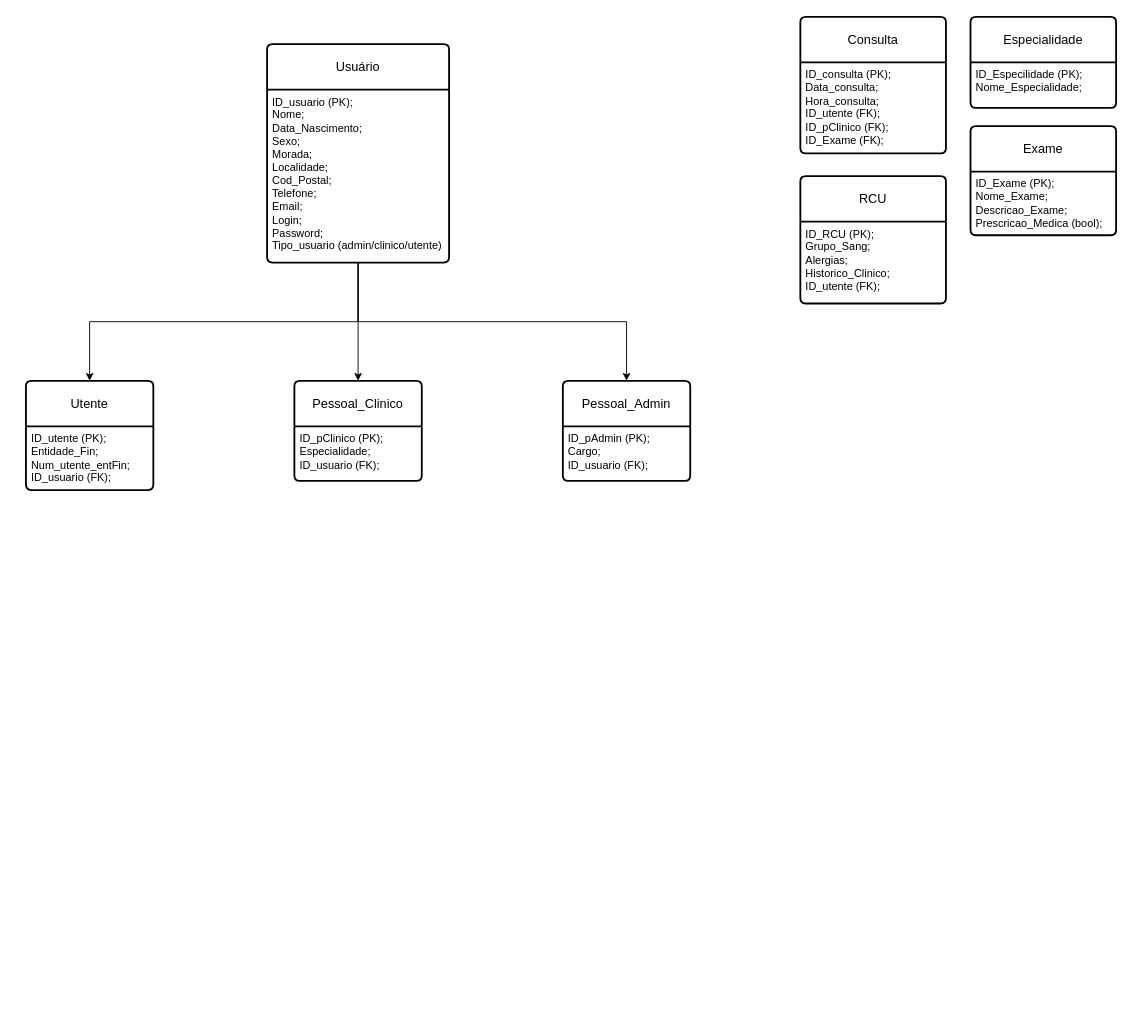
The draw.io diagram Diagramas/DER_SIS.drawio in Moises-Jorge/SIS_sistema_informacao_saude, before the edit. Source tidied: cells renumbered, new cells numbered last; positions are measured from the earlier drawing's top-left corner, leaving out a move shared by most shapes. Both pictures are drawn from the tidied source at 91%, with x=0, y=0 at pixel (25, 16).
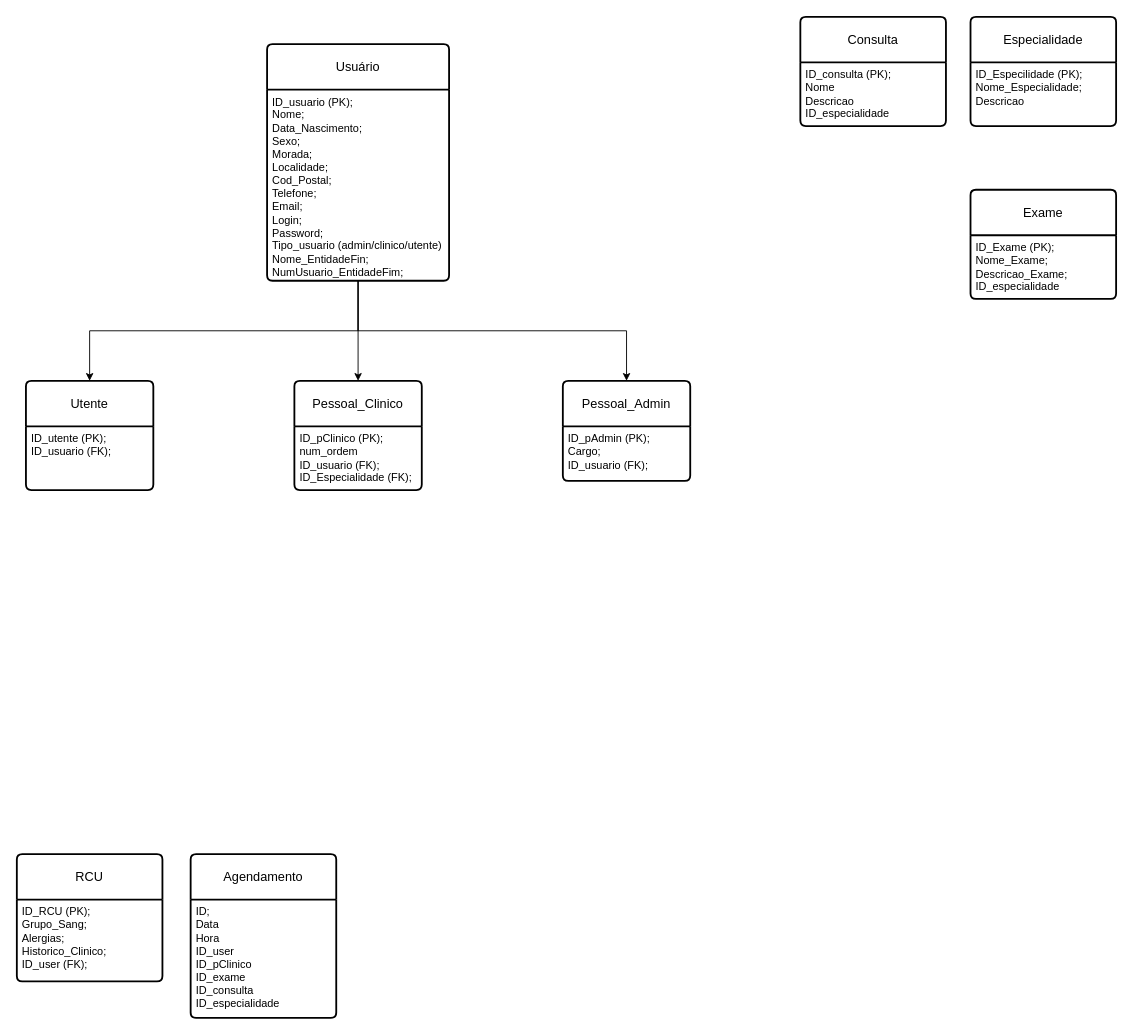
Above is the later version.

Unchanged cells that the change refers to:
```xml
<mxCell id="8" value="Utente" style="swimlane;horizontal=1;startSize=50;rounded=1;fontSize=14;fontStyle=0;strokeWidth=2;shadow=0;dashed=0;align=center;arcSize=4;whiteSpace=wrap;html=1;" parent="1" vertex="1">
  <mxGeometry y="400" width="140" height="120" as="geometry" />
</mxCell>
```

What changed in the source:
```diff
@@
     <mxCell id="2" value="Usuário" style="swimlane;horizontal=1;startSize=50;rounded=1;fontSize=14;fontStyle=0;strokeWidth=2;shadow=0;dashed=0;align=center;arcSize=4;whiteSpace=wrap;html=1;" parent="1" vertex="1">
-      <mxGeometry x="265" y="30" width="200" height="240" as="geometry" />
+      <mxGeometry x="265" y="30" width="200" height="260" as="geometry" />
     </mxCell>
-    <mxCell id="3" value="ID_usuario (PK);&lt;br&gt;Nome;&lt;br&gt;Data_Nascimento;&lt;br&gt;Sexo;&lt;br&gt;Morada;&lt;br&gt;Localidade;&lt;br&gt;Cod_Postal;&lt;br&gt;Telefone;&lt;br&gt;Email;&lt;br&gt;Login;&lt;br&gt;Password;&lt;br&gt;Tipo_usuario (admin/clinico/utente)" style="align=left;strokeColor=none;fillColor=none;spacingLeft=4;fontSize=12;verticalAlign=top;html=1;" parent="2" vertex="1">
-      <mxGeometry y="50" width="200" height="190" as="geometry" />
+    <mxCell id="3" value="ID_usuario (PK);&lt;br&gt;Nome;&lt;br&gt;Data_Nascimento;&lt;br&gt;Sexo;&lt;br&gt;Morada;&lt;br&gt;Localidade;&lt;br&gt;Cod_Postal;&lt;br&gt;Telefone;&lt;br&gt;Email;&lt;br&gt;Login;&lt;br&gt;Password;&lt;br&gt;Tipo_usuario (admin/clinico/utente)&lt;br&gt;Nome_EntidadeFin;&lt;br&gt;NumUsuario_EntidadeFim;" style="align=left;strokeColor=none;fillColor=none;spacingLeft=4;fontSize=12;verticalAlign=top;html=1;" parent="2" vertex="1">
+      <mxGeometry y="50" width="200" height="210" as="geometry" />
     </mxCell>
@@
     <mxCell id="6" value="Pessoal_Clinico" style="swimlane;horizontal=1;startSize=50;rounded=1;fontSize=14;fontStyle=0;strokeWidth=2;shadow=0;dashed=0;align=center;arcSize=4;whiteSpace=wrap;html=1;" parent="1" vertex="1">
-      <mxGeometry x="295" y="400" width="140" height="110" as="geometry" />
+      <mxGeometry x="295" y="400" width="140" height="120" as="geometry" />
     </mxCell>
-    <mxCell id="7" value="ID_pClinico (PK);&lt;br&gt;Especialidade;&lt;br&gt;ID_usuario (FK);" style="align=left;strokeColor=none;fillColor=none;spacingLeft=4;fontSize=12;verticalAlign=top;html=1;" parent="6" vertex="1">
-      <mxGeometry y="50" width="140" height="60" as="geometry" />
+    <mxCell id="7" value="ID_pClinico (PK);&lt;br&gt;num_ordem&lt;br&gt;ID_usuario (FK);&lt;br&gt;ID_Especialidade (FK);" style="align=left;strokeColor=none;fillColor=none;spacingLeft=4;fontSize=12;verticalAlign=top;html=1;" parent="6" vertex="1">
+      <mxGeometry y="50" width="140" height="70" as="geometry" />
     </mxCell>
@@
-    <mxCell id="9" value="ID_utente (PK);&lt;br&gt;Entidade_Fin;&lt;br&gt;Num_utente_entFin;&lt;br&gt;ID_usuario (FK);" style="align=left;strokeColor=none;fillColor=none;spacingLeft=4;fontSize=12;verticalAlign=top;html=1;" parent="8" vertex="1">
+    <mxCell id="9" value="ID_utente (PK);&lt;br&gt;ID_usuario (FK);" style="align=left;strokeColor=none;fillColor=none;spacingLeft=4;fontSize=12;verticalAlign=top;html=1;" parent="8" vertex="1">
       <mxGeometry y="50" width="140" height="70" as="geometry" />
     </mxCell>
     <mxCell id="10" value="Especialidade" style="swimlane;horizontal=1;startSize=50;rounded=1;fontSize=14;fontStyle=0;strokeWidth=2;shadow=0;dashed=0;align=center;arcSize=4;whiteSpace=wrap;html=1;" parent="1" vertex="1">
-      <mxGeometry x="1038" width="160" height="100" as="geometry" />
+      <mxGeometry x="1038" width="160" height="120" as="geometry" />
     </mxCell>
-    <mxCell id="11" value="ID_Especilidade (PK);&lt;br&gt;Nome_Especialidade;" style="align=left;strokeColor=none;fillColor=none;spacingLeft=4;fontSize=12;verticalAlign=top;html=1;" parent="10" vertex="1">
-      <mxGeometry y="50" width="160" height="50" as="geometry" />
+    <mxCell id="11" value="ID_Especilidade (PK);&lt;br&gt;Nome_Especialidade;&lt;br&gt;Descricao" style="align=left;strokeColor=none;fillColor=none;spacingLeft=4;fontSize=12;verticalAlign=top;html=1;" parent="10" vertex="1">
+      <mxGeometry y="50" width="160" height="70" as="geometry" />
     </mxCell>
     <mxCell id="12" value="Exame" style="swimlane;horizontal=1;startSize=50;rounded=1;fontSize=14;fontStyle=0;strokeWidth=2;shadow=0;dashed=0;align=center;arcSize=4;whiteSpace=wrap;html=1;" parent="1" vertex="1">
-      <mxGeometry x="1038" y="120" width="160" height="120" as="geometry" />
+      <mxGeometry x="1038" y="190" width="160" height="120" as="geometry" />
     </mxCell>
-    <mxCell id="13" value="ID_Exame (PK);&lt;br&gt;Nome_Exame;&lt;br&gt;Descricao_Exame;&lt;br&gt;Prescricao_Medica (bool);" style="align=left;strokeColor=none;fillColor=none;spacingLeft=4;fontSize=12;verticalAlign=top;html=1;" parent="12" vertex="1">
+    <mxCell id="13" value="ID_Exame (PK);&lt;br&gt;Nome_Exame;&lt;br&gt;Descricao_Exame;&lt;br&gt;ID_especialidade" style="align=left;strokeColor=none;fillColor=none;spacingLeft=4;fontSize=12;verticalAlign=top;html=1;" parent="12" vertex="1">
       <mxGeometry y="50" width="160" height="70" as="geometry" />
     </mxCell>
     <mxCell id="14" value="Consulta" style="swimlane;horizontal=1;startSize=50;rounded=1;fontSize=14;fontStyle=0;strokeWidth=2;shadow=0;dashed=0;align=center;arcSize=4;whiteSpace=wrap;html=1;" parent="1" vertex="1">
-      <mxGeometry x="851" width="160" height="150" as="geometry" />
+      <mxGeometry x="851" width="160" height="120" as="geometry" />
     </mxCell>
-    <mxCell id="15" value="ID_consulta (PK);&lt;br&gt;Data_consulta;&lt;br&gt;Hora_consulta;&lt;br&gt;ID_utente (FK);&lt;br&gt;ID_pClinico (FK);&lt;br&gt;ID_Exame (FK);" style="align=left;strokeColor=none;fillColor=none;spacingLeft=4;fontSize=12;verticalAlign=top;html=1;" parent="14" vertex="1">
-      <mxGeometry y="50" width="160" height="100" as="geometry" />
+    <mxCell id="15" value="ID_consulta (PK);&lt;br&gt;Nome&lt;br&gt;Descricao&lt;br&gt;ID_especialidade" style="align=left;strokeColor=none;fillColor=none;spacingLeft=4;fontSize=12;verticalAlign=top;html=1;" parent="14" vertex="1">
+      <mxGeometry y="50" width="160" height="70" as="geometry" />
     </mxCell>
     <mxCell id="16" value="RCU" style="swimlane;horizontal=1;startSize=50;rounded=1;fontSize=14;fontStyle=0;strokeWidth=2;shadow=0;dashed=0;align=center;arcSize=4;whiteSpace=wrap;html=1;" parent="1" vertex="1">
-      <mxGeometry x="851" y="175" width="160" height="140" as="geometry" />
+      <mxGeometry x="-10" y="920" width="160" height="140" as="geometry" />
     </mxCell>
-    <mxCell id="17" value="ID_RCU (PK);&lt;br&gt;Grupo_Sang;&lt;br&gt;Alergias;&lt;br&gt;Historico_Clinico;&lt;br&gt;ID_utente (FK);" style="align=left;strokeColor=none;fillColor=none;spacingLeft=4;fontSize=12;verticalAlign=top;html=1;" parent="16" vertex="1">
+    <mxCell id="17" value="ID_RCU (PK);&lt;br&gt;Grupo_Sang;&lt;br&gt;Alergias;&lt;br&gt;Historico_Clinico;&lt;br&gt;ID_user (FK);" style="align=left;strokeColor=none;fillColor=none;spacingLeft=4;fontSize=12;verticalAlign=top;html=1;" parent="16" vertex="1">
       <mxGeometry y="50" width="160" height="90" as="geometry" />
     </mxCell>
@@
+    <mxCell id="21" value="Agendamento" style="swimlane;horizontal=1;startSize=50;rounded=1;fontSize=14;fontStyle=0;strokeWidth=2;shadow=0;dashed=0;align=center;arcSize=4;whiteSpace=wrap;html=1;" parent="1" vertex="1">
+      <mxGeometry x="181" y="920" width="160" height="180" as="geometry" />
+    </mxCell>
+    <mxCell id="22" value="ID;&lt;br&gt;Data&lt;br&gt;Hora&lt;br&gt;ID_user&lt;br&gt;ID_pClinico&lt;br&gt;ID_exame&lt;br&gt;ID_consulta&lt;br&gt;ID_especialidade" style="align=left;strokeColor=none;fillColor=none;spacingLeft=4;fontSize=12;verticalAlign=top;html=1;" parent="21" vertex="1">
+      <mxGeometry y="50" width="160" height="130" as="geometry" />
+    </mxCell>
```
